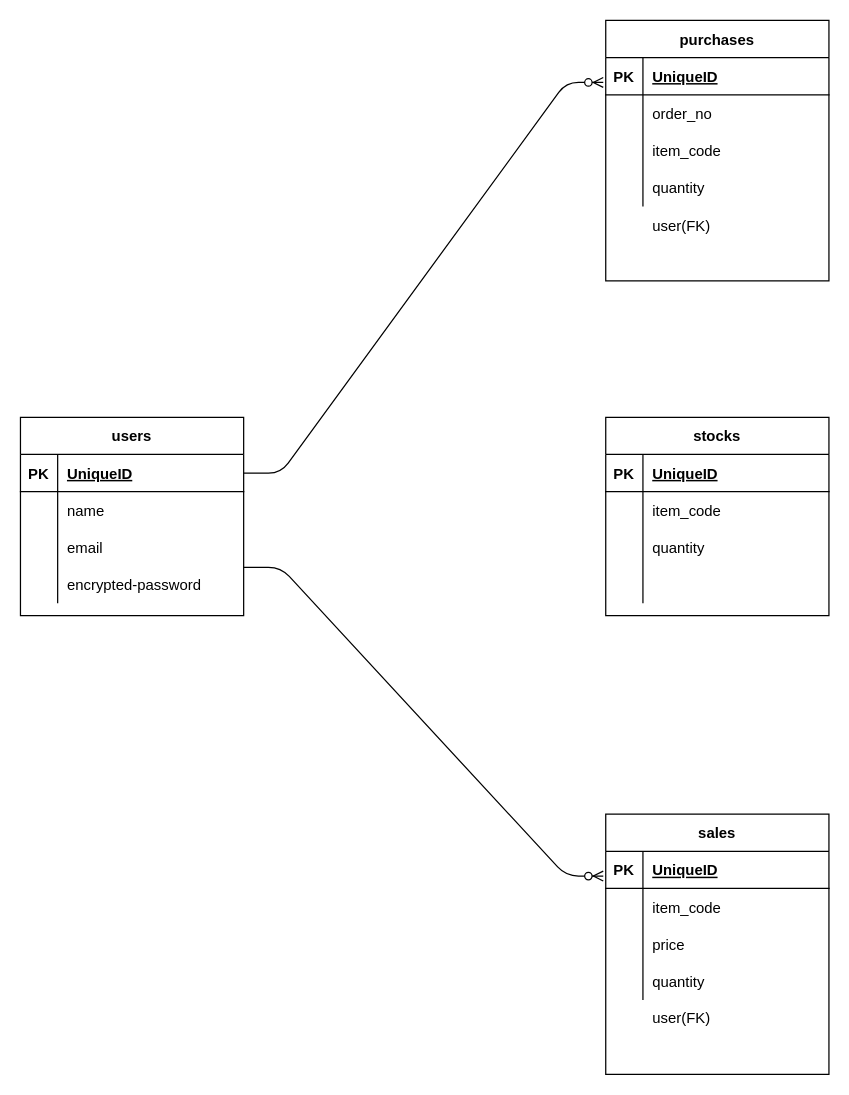
KengoWakida/sale-management keeps this draw.io diagram as er.dio. Above is the earlier version. Source tidied: cells renumbered, new cells numbered last; positions are measured from the earlier drawing's top-left corner, leaving out a move shared by most shapes. Both pictures are drawn from the tidied source at 124%, with x=0, y=0 at pixel (20, 20).
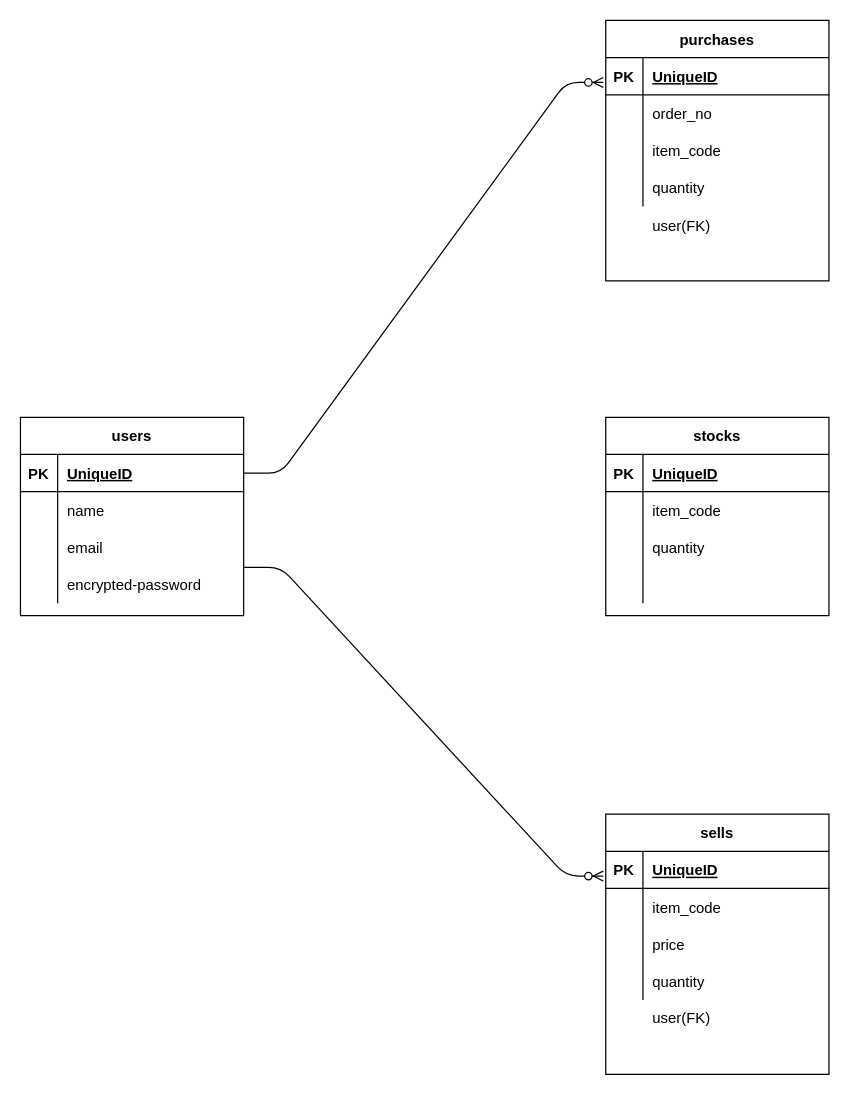
The same page after the edit.

What changed in the source:
```diff
@@
-    <mxCell id="41" value="sales" style="shape=table;startSize=30;childLayout=tableLayout;rowLines=0;fontStyle=1;align=center;" parent="1" vertex="1">
+    <mxCell id="41" value="sells" style="shape=table;startSize=30;childLayout=tableLayout;rowLines=0;fontStyle=1;align=center;" parent="1" vertex="1">
       <mxGeometry x="472" y="640" width="180" height="210" as="geometry" />
     </mxCell>
```
